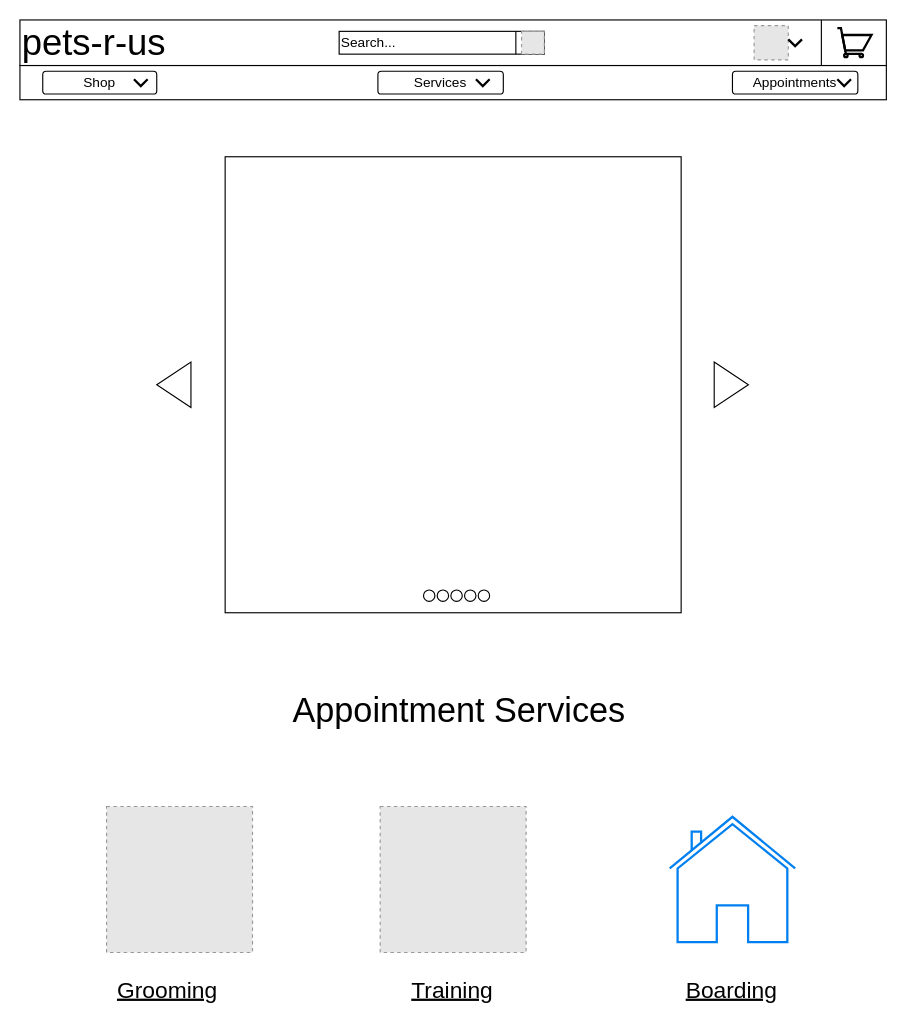
The draw.io diagram Wireframe1.drawio in joneskj55/wireframes, before the edit. Source tidied: cells renumbered, new cells numbered last; positions are measured from the earlier drawing's top-left corner, leaving out a move shared by most shapes. Both pictures are drawn from the tidied source at 114%, with x=0, y=0 at pixel (19, 19). Pictures stored in the file or linked from it are replaced by grey dashed boxes.
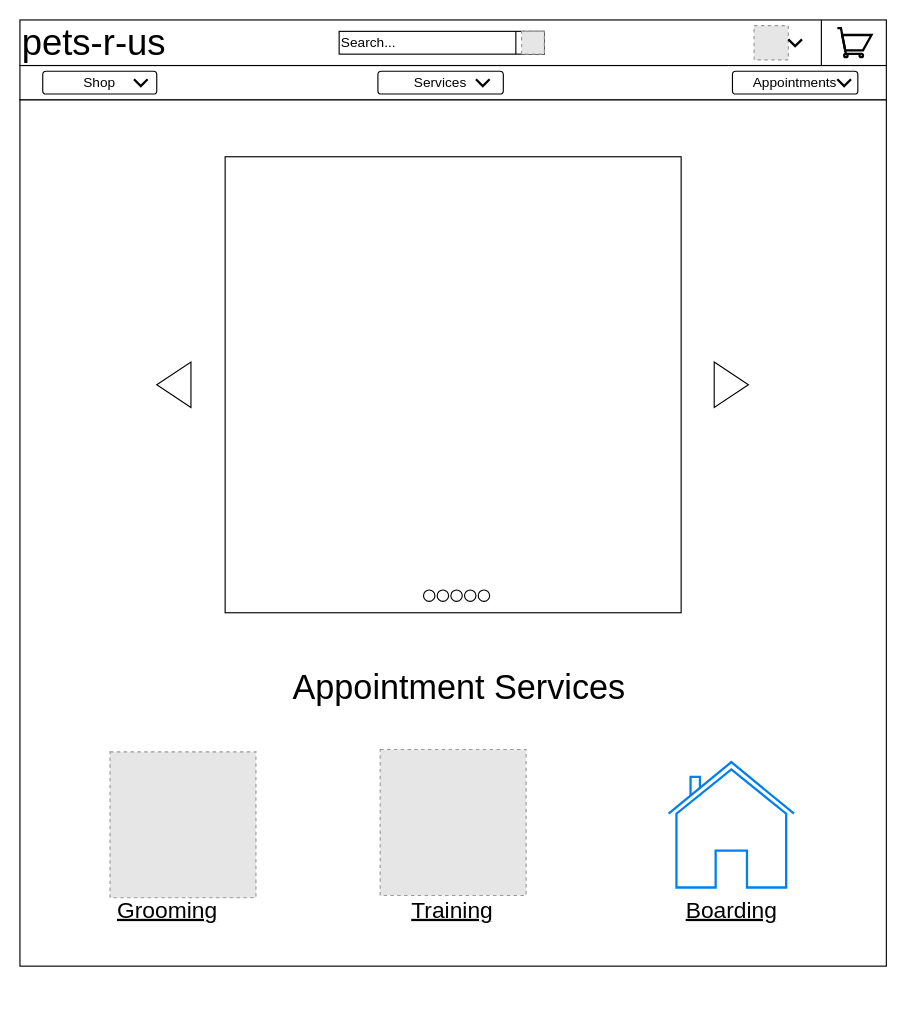
After the change.

The edit, as a diff of the source:
```diff
@@
+    <mxCell id="32" style="whiteSpace=wrap;html=1;" parent="1" vertex="1">
+      <mxGeometry y="70" width="760" height="760" as="geometry" />
+    </mxCell>
@@
     <mxCell id="5" style="fillColor=#E6E6E6;strokeColor=#999999;dashed=1;html=1;verticalAlign=top;verticalLabelPosition=bottom;labelBackgroundColor=#ffffff;" parent="1" vertex="1">
-      <mxGeometry x="76" y="690" width="128" height="128" as="geometry" />
+      <mxGeometry x="79" y="642" width="128" height="128" as="geometry" />
     </mxCell>
     <mxCell id="6" style="fillColor=#E6E6E6;strokeColor=#999999;dashed=1;html=1;verticalAlign=top;verticalLabelPosition=bottom;labelBackgroundColor=#ffffff;" parent="1" vertex="1">
-      <mxGeometry x="316" y="690" width="128" height="128" as="geometry" />
+      <mxGeometry x="316" y="640" width="128" height="128" as="geometry" />
     </mxCell>
     <mxCell id="7" style="html=1;verticalLabelPosition=bottom;align=center;labelBackgroundColor=#ffffff;verticalAlign=top;strokeWidth=2;strokeColor=#0080F0;shadow=0;dashed=0;shape=mxgraph.ios7.icons.home;" parent="1" vertex="1">
-      <mxGeometry x="570" y="699" width="110" height="110" as="geometry" />
+      <mxGeometry x="569" y="651" width="110" height="110" as="geometry" />
     </mxCell>
     <mxCell id="8" value="&lt;font style=&quot;font-size: 30px&quot;&gt;Appointment Services&lt;/font&gt;" style="text;html=1;align=center;verticalAlign=middle;" parent="1" vertex="1">
-      <mxGeometry x="230" y="590" width="310" height="30" as="geometry" />
+      <mxGeometry x="230" y="570" width="310" height="30" as="geometry" />
     </mxCell>
     <mxCell id="9" value="&lt;font style=&quot;font-size: 20px&quot;&gt;&lt;u&gt;Grooming&lt;/u&gt;&lt;/font&gt;" style="text;html=1;align=center;verticalAlign=middle;" parent="1" vertex="1">
-      <mxGeometry x="79" y="840" width="100" height="20" as="geometry" />
+      <mxGeometry x="79" y="770" width="100" height="20" as="geometry" />
     </mxCell>
     <mxCell id="10" value="&lt;font style=&quot;font-size: 20px&quot;&gt;&lt;u&gt;Training&lt;/u&gt;&lt;/font&gt;" style="text;html=1;align=center;verticalAlign=middle;" parent="1" vertex="1">
-      <mxGeometry x="334" y="840" width="90" height="20" as="geometry" />
+      <mxGeometry x="334" y="770" width="90" height="20" as="geometry" />
     </mxCell>
     <mxCell id="11" value="&lt;font style=&quot;font-size: 20px&quot;&gt;&lt;u&gt;Boarding&lt;/u&gt;&lt;/font&gt;" style="text;html=1;align=center;verticalAlign=middle;" parent="1" vertex="1">
-      <mxGeometry x="574" y="840" width="100" height="20" as="geometry" />
+      <mxGeometry x="574" y="770" width="100" height="20" as="geometry" />
     </mxCell>
```
